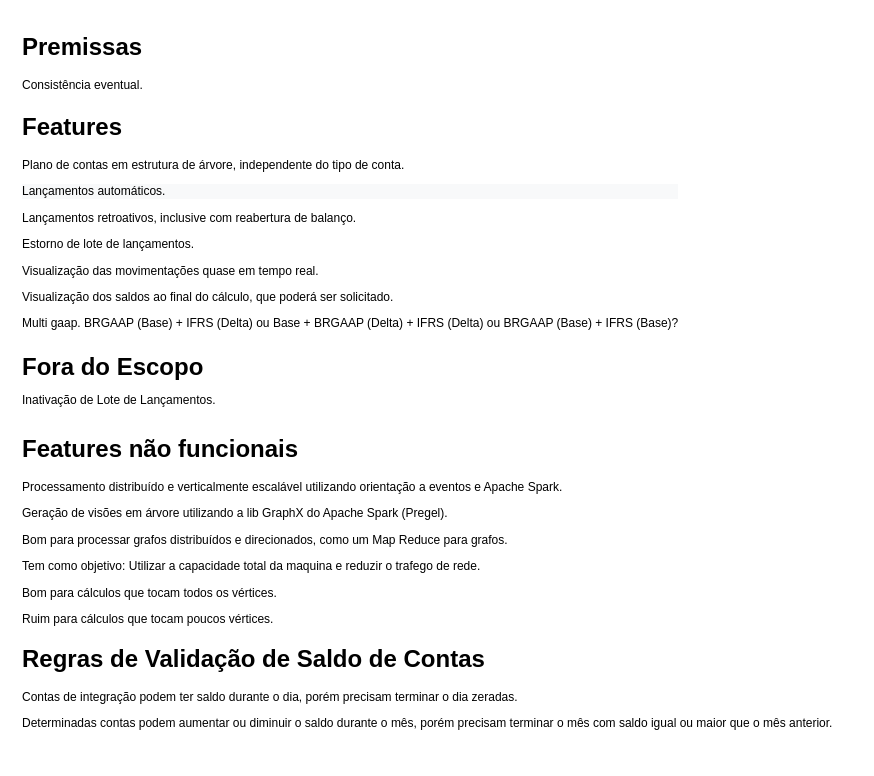
LeonardoZV/event-driven-ledger keeps this draw.io diagram as page "Summary" (1 of 6) of architecture.drawio. Above is the earlier version. Source tidied: cells renumbered, new cells numbered last; positions are measured from the earlier drawing's top-left corner, leaving out a move shared by most shapes. Both pictures are drawn from the tidied source at 100%, with x=0, y=0 at pixel (17, 27).
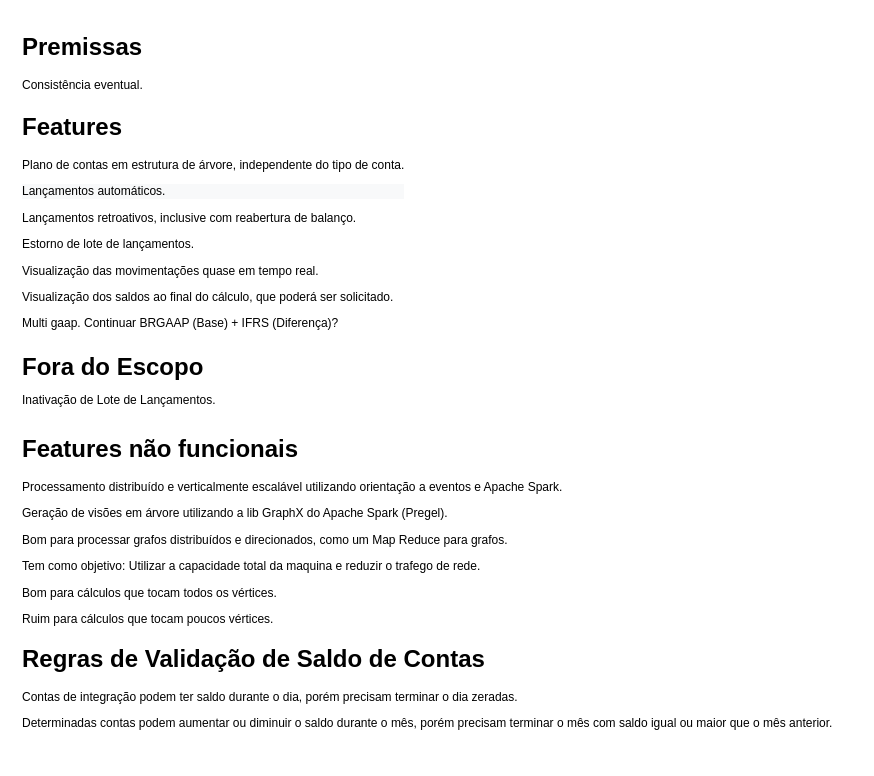
The same page after the edit.

Change to the diagram source:
```diff
@@
 <mxGraphModel>
   <root>
     <mxCell id="0" />
     <mxCell id="1" parent="0" />
     <mxCell id="2" value="&lt;h1&gt;Regras de Validação de Saldo de Contas&lt;/h1&gt;&lt;p&gt;Contas de integração podem ter saldo durante o dia, porém precisam terminar o dia zeradas.&lt;/p&gt;&lt;p&gt;Determinadas contas podem aumentar ou diminuir o saldo durante o mês, porém precisam terminar o mês com saldo igual ou maior que o mês anterior.&lt;/p&gt;" style="text;html=1;strokeColor=none;fillColor=none;spacing=5;spacingTop=-20;whiteSpace=wrap;overflow=hidden;rounded=0;" parent="1" vertex="1">
       <mxGeometry y="612" width="840" height="120" as="geometry" />
     </mxCell>
-    <mxCell id="3" value="&lt;h1&gt;Features&lt;/h1&gt;&lt;p&gt;Plano de contas em estrutura de árvore, independente do tipo de conta.&lt;/p&gt;&lt;p&gt;&lt;/p&gt;&lt;div style=&quot;color: rgb(0 , 0 , 0) ; font-family: &amp;#34;helvetica&amp;#34; ; font-size: 12px ; font-style: normal ; font-weight: 400 ; letter-spacing: normal ; text-align: left ; text-indent: 0px ; text-transform: none ; word-spacing: 0px ; background-color: rgb(248 , 249 , 250)&quot;&gt;&lt;/div&gt;&lt;p&gt;&lt;/p&gt;&lt;p style=&quot;color: rgb(0 , 0 , 0) ; font-family: &amp;#34;helvetica&amp;#34; ; font-size: 12px ; font-style: normal ; font-weight: 400 ; letter-spacing: normal ; text-align: left ; text-indent: 0px ; text-transform: none ; word-spacing: 0px ; background-color: rgb(248 , 249 , 250)&quot;&gt;Lançamentos automáticos.&lt;/p&gt;&lt;p&gt;Lançamentos retroativos, inclusive com reabertura de balanço.&lt;br&gt;&lt;/p&gt;&lt;p&gt;&lt;span&gt;Estorno de lote de lançamentos.&lt;/span&gt;&lt;br&gt;&lt;/p&gt;&lt;div&gt;&lt;p&gt;&lt;span&gt;Visualização das movimentações quase em tempo real.&lt;/span&gt;&lt;br&gt;&lt;/p&gt;&lt;/div&gt;Visualização&amp;nbsp;&lt;span&gt;dos saldos ao final do cálculo, que poderá ser solicitado.&lt;/span&gt;&lt;br&gt;&lt;p&gt;&lt;span&gt;Multi gaap. BRGAAP (Base) + IFRS (Delta) ou Base + BRGAAP (Delta) + IFRS (Delta) ou BRGAAP (Base) + IFRS (Base)?&lt;/span&gt;&lt;/p&gt;" style="text;html=1;strokeColor=none;fillColor=none;spacing=5;spacingTop=-20;whiteSpace=wrap;overflow=hidden;rounded=0;" parent="1" vertex="1">
+    <mxCell id="3" value="&lt;h1&gt;Features&lt;/h1&gt;&lt;p&gt;Plano de contas em estrutura de árvore, independente do tipo de conta.&lt;/p&gt;&lt;p&gt;&lt;/p&gt;&lt;div style=&quot;color: rgb(0 , 0 , 0) ; font-family: &amp;#34;helvetica&amp;#34; ; font-size: 12px ; font-style: normal ; font-weight: 400 ; letter-spacing: normal ; text-align: left ; text-indent: 0px ; text-transform: none ; word-spacing: 0px ; background-color: rgb(248 , 249 , 250)&quot;&gt;&lt;/div&gt;&lt;p&gt;&lt;/p&gt;&lt;p style=&quot;color: rgb(0 , 0 , 0) ; font-family: &amp;#34;helvetica&amp;#34; ; font-size: 12px ; font-style: normal ; font-weight: 400 ; letter-spacing: normal ; text-align: left ; text-indent: 0px ; text-transform: none ; word-spacing: 0px ; background-color: rgb(248 , 249 , 250)&quot;&gt;Lançamentos automáticos.&lt;/p&gt;&lt;p&gt;Lançamentos retroativos, inclusive com reabertura de balanço.&lt;br&gt;&lt;/p&gt;&lt;p&gt;&lt;span&gt;Estorno de lote de lançamentos.&lt;/span&gt;&lt;br&gt;&lt;/p&gt;&lt;div&gt;&lt;p&gt;&lt;span&gt;Visualização das movimentações quase em tempo real.&lt;/span&gt;&lt;br&gt;&lt;/p&gt;&lt;/div&gt;Visualização&amp;nbsp;&lt;span&gt;dos saldos ao final do cálculo, que poderá ser solicitado.&lt;/span&gt;&lt;br&gt;&lt;p&gt;&lt;span&gt;Multi gaap. Continuar BRGAAP (Base) + IFRS (Diferença)?&lt;/span&gt;&lt;/p&gt;" style="text;html=1;strokeColor=none;fillColor=none;spacing=5;spacingTop=-20;whiteSpace=wrap;overflow=hidden;rounded=0;" parent="1" vertex="1">
       <mxGeometry y="80" width="730" height="230" as="geometry" />
     </mxCell>
     <mxCell id="4" value="&lt;h1&gt;Premissas&lt;/h1&gt;&lt;p&gt;Consistência eventual.&lt;/p&gt;" style="text;html=1;strokeColor=none;fillColor=none;spacing=5;spacingTop=-20;whiteSpace=wrap;overflow=hidden;rounded=0;" parent="1" vertex="1">
       <mxGeometry width="390" height="70" as="geometry" />
     </mxCell>
     <mxCell id="5" value="&lt;h1&gt;Features não funcionais&lt;/h1&gt;&lt;p&gt;Processamento distribuído e verticalmente escalável utilizando orientação a eventos e Apache Spark.&lt;/p&gt;&lt;p&gt;Geração de visões em árvore utilizando a lib GraphX do Apache Spark (Pregel).&lt;br&gt;&lt;/p&gt;&lt;p&gt;Bom para processar grafos distribuídos e direcionados, como um Map Reduce para grafos.&lt;br&gt;&lt;/p&gt;&lt;p&gt;Tem como objetivo: Utilizar a capacidade total da maquina e reduzir o trafego de rede.&lt;/p&gt;&lt;p&gt;Bom para cálculos que tocam todos os vértices.&lt;/p&gt;&lt;p&gt;Ruim para cálculos que tocam poucos vértices.&lt;/p&gt;" style="text;html=1;strokeColor=none;fillColor=none;spacing=5;spacingTop=-20;whiteSpace=wrap;overflow=hidden;rounded=0;" parent="1" vertex="1">
       <mxGeometry y="402" width="580" height="210" as="geometry" />
     </mxCell>
     <mxCell id="6" value="&lt;h1&gt;&lt;span&gt;Fora do Escopo&lt;br&gt;&lt;/span&gt;&lt;span style=&quot;font-size: 12px ; font-weight: normal&quot;&gt;Inativação de Lote de Lançamentos.&lt;/span&gt;&lt;/h1&gt;" style="text;html=1;strokeColor=none;fillColor=none;spacing=5;spacingTop=-20;whiteSpace=wrap;overflow=hidden;rounded=0;" parent="1" vertex="1">
       <mxGeometry y="320" width="580" height="70" as="geometry" />
     </mxCell>
   </root>
 </mxGraphModel>
```
